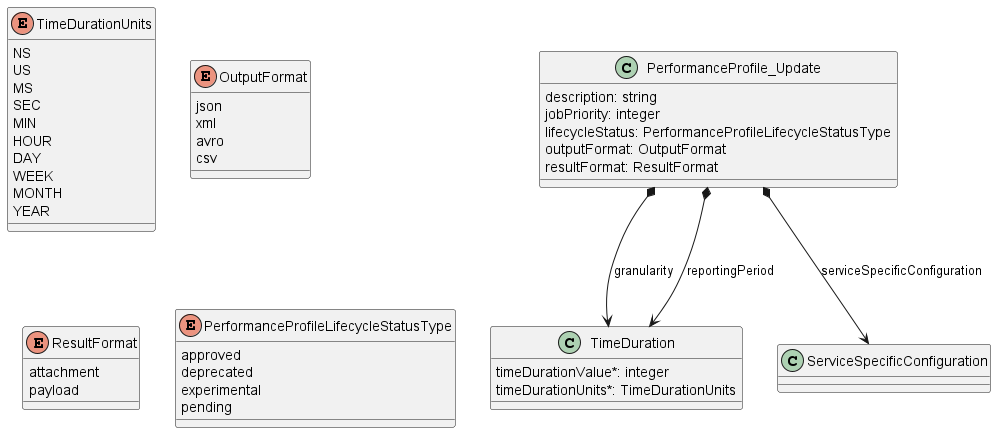
This is documentation/serviceApi/pm/performance/media/useCase4PatchModel.png from MEF-GIT/MEF-LSO-Legato-SDK, a PlantUML export, as it was before one commit.
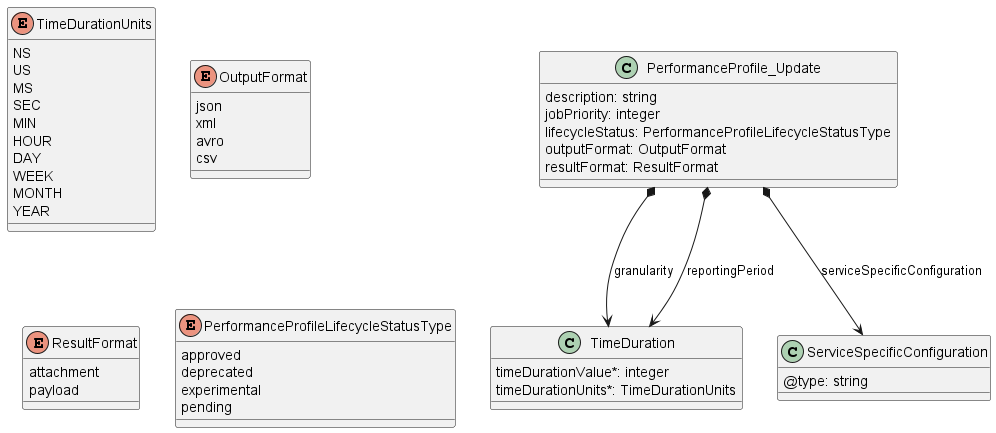
The same file after the commit.

Diff of the diagram source:
```diff
@@ -1,7 +1,6 @@
 @startuml useCase4PatchModel
 
 class PerformanceProfile_Update {
-
     description: string
     jobPriority: integer
     lifecycleStatus: PerformanceProfileLifecycleStatusType
@@ -14,13 +13,15 @@
 PerformanceProfile_Update *--> ServiceSpecificConfiguration : serviceSpecificConfiguration
 
 class TimeDuration {
-
     timeDurationValue*: integer
     timeDurationUnits*: TimeDurationUnits
 }
 
+class ServiceSpecificConfiguration {
+    @type: string
+}
+
 enum TimeDurationUnits {
-
     NS
     US
     MS
@@ -34,7 +35,6 @@
 }
 
 enum OutputFormat {
-
     json
     xml
     avro
@@ -42,13 +42,11 @@
 }
 
 enum ResultFormat {
-
     attachment
     payload
 }
 
 enum PerformanceProfileLifecycleStatusType {
-
     approved
     deprecated
     experimental
```
